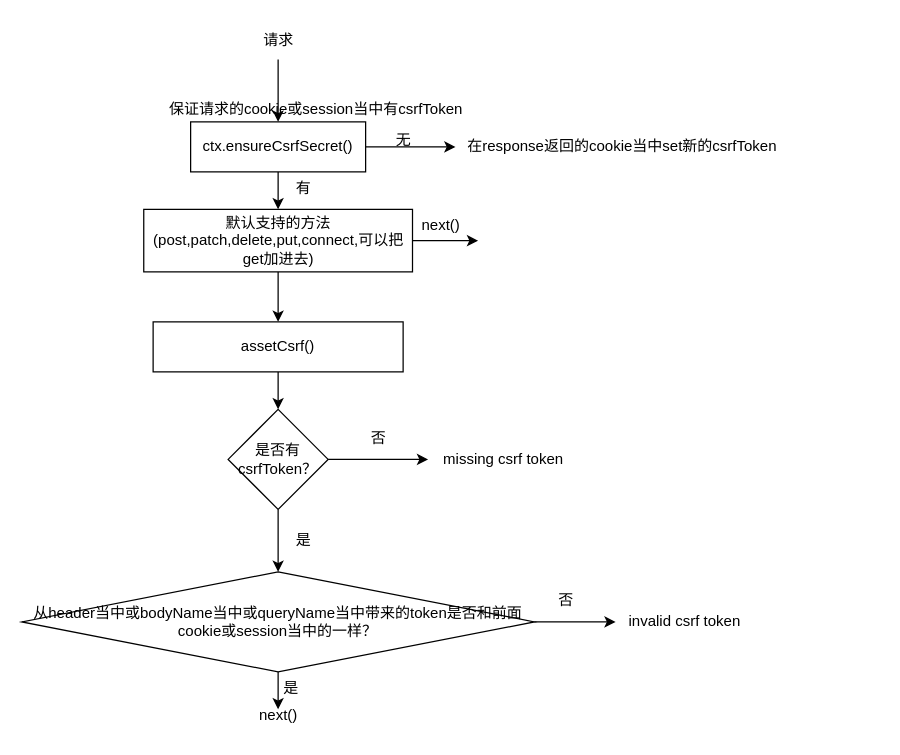
Above: egg-security-csrf.drawio in hu-ke/egg-sourcecode-analyze (draw.io), before the change. Source tidied: cells renumbered, new cells numbered last; positions are measured from the earlier drawing's top-left corner, leaving out a move shared by most shapes. Both pictures are drawn from the tidied source at 125%, with x=0, y=0 at pixel (21, 21).
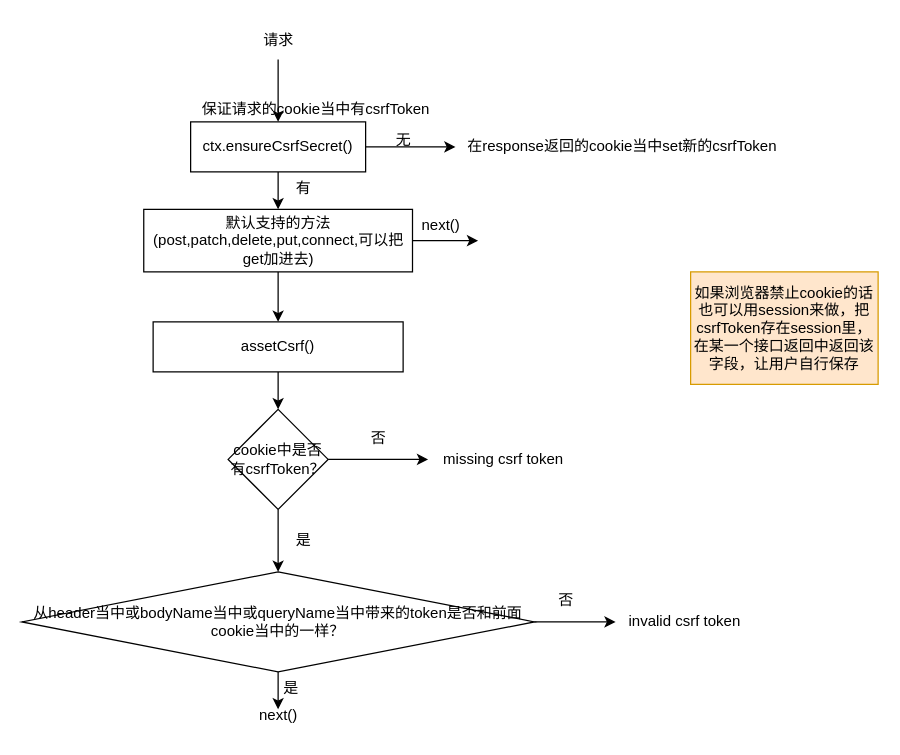
Above is the later version.

The edit, as a diff of the source:
```diff
@@
-    <mxCell id="4" value="保证请求的cookie或session当中有csrfToken" style="text;html=1;align=center;verticalAlign=middle;strokeColor=none;fillColor=none;" parent="1" vertex="1">
-      <mxGeometry x="105" y="55" width="260" height="30" as="geometry" />
+    <mxCell id="4" value="保证请求的cookie当中有csrfToken" style="text;html=1;align=center;verticalAlign=middle;strokeColor=none;fillColor=none;" parent="1" vertex="1">
+      <mxGeometry x="130" y="55" width="210" height="30" as="geometry" />
     </mxCell>
@@
-    <mxCell id="19" value="是否有csrfToken？" style="rhombus;whiteSpace=wrap;html=1;" parent="1" vertex="1">
+    <mxCell id="19" value="cookie中是否有csrfToken？" style="rhombus;whiteSpace=wrap;html=1;" parent="1" vertex="1">
       <mxGeometry x="165" y="310" width="80" height="80" as="geometry" />
     </mxCell>
@@
-    <mxCell id="23" value="从header当中或bodyName当中或queryName当中带来的token是否和前面cookie或session当中的一样？" style="rhombus;whiteSpace=wrap;html=1;" parent="1" vertex="1">
+    <mxCell id="23" value="从header当中或bodyName当中或queryName当中带来的token是否和前面cookie当中的一样？" style="rhombus;whiteSpace=wrap;html=1;" parent="1" vertex="1">
       <mxGeometry y="440" width="410" height="80" as="geometry" />
     </mxCell>
@@
+    <mxCell id="30" value="如果浏览器禁止cookie的话也可以用session来做，把csrfToken存在session里，在某一个接口返回中返回该字段，让用户自行保存" style="rounded=0;whiteSpace=wrap;html=1;fillColor=#ffe6cc;strokeColor=#d79b00;" parent="1" vertex="1">
+      <mxGeometry x="535" y="200" width="150" height="90" as="geometry" />
+    </mxCell>
```
